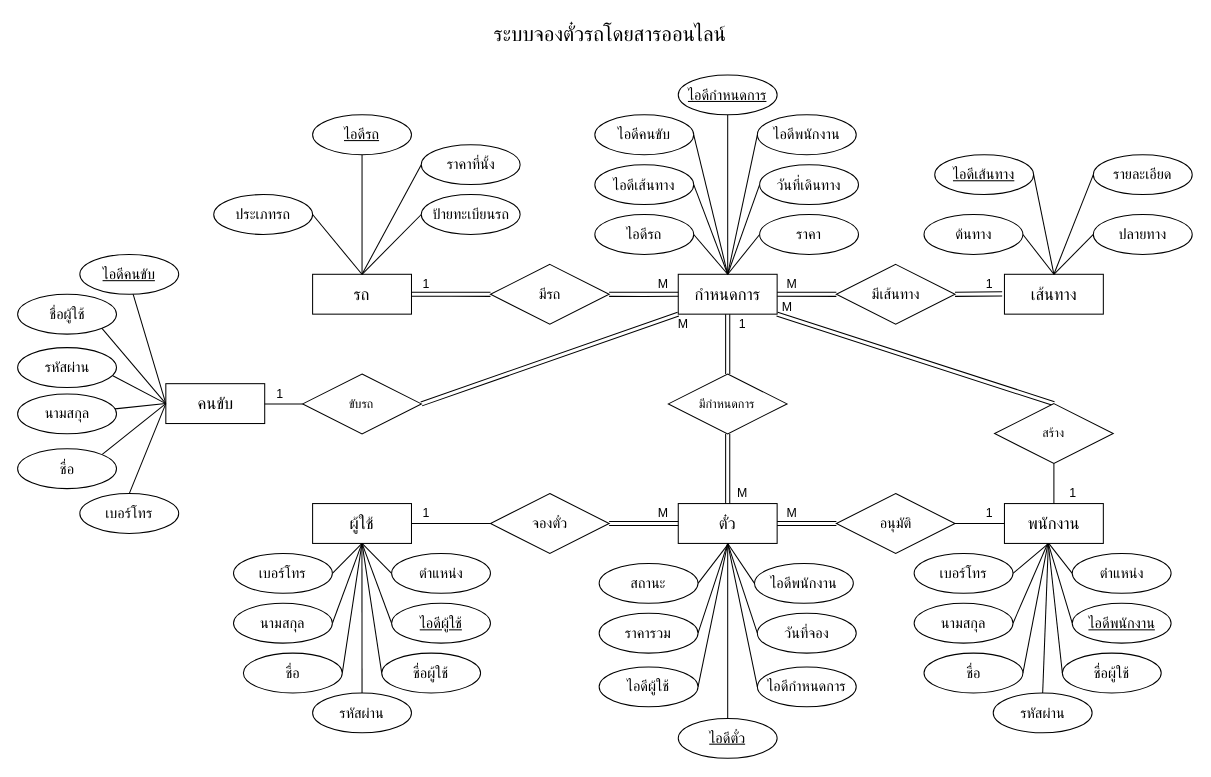
This is Database.drawio from NopXx/bus_ticket, a draw.io file, before an edit. Source tidied: cells renumbered, new cells numbered last; positions are measured from the earlier drawing's top-left corner, leaving out a move shared by most shapes. Both pictures are drawn from the tidied source at 103%, with x=0, y=0 at pixel (18, 18).
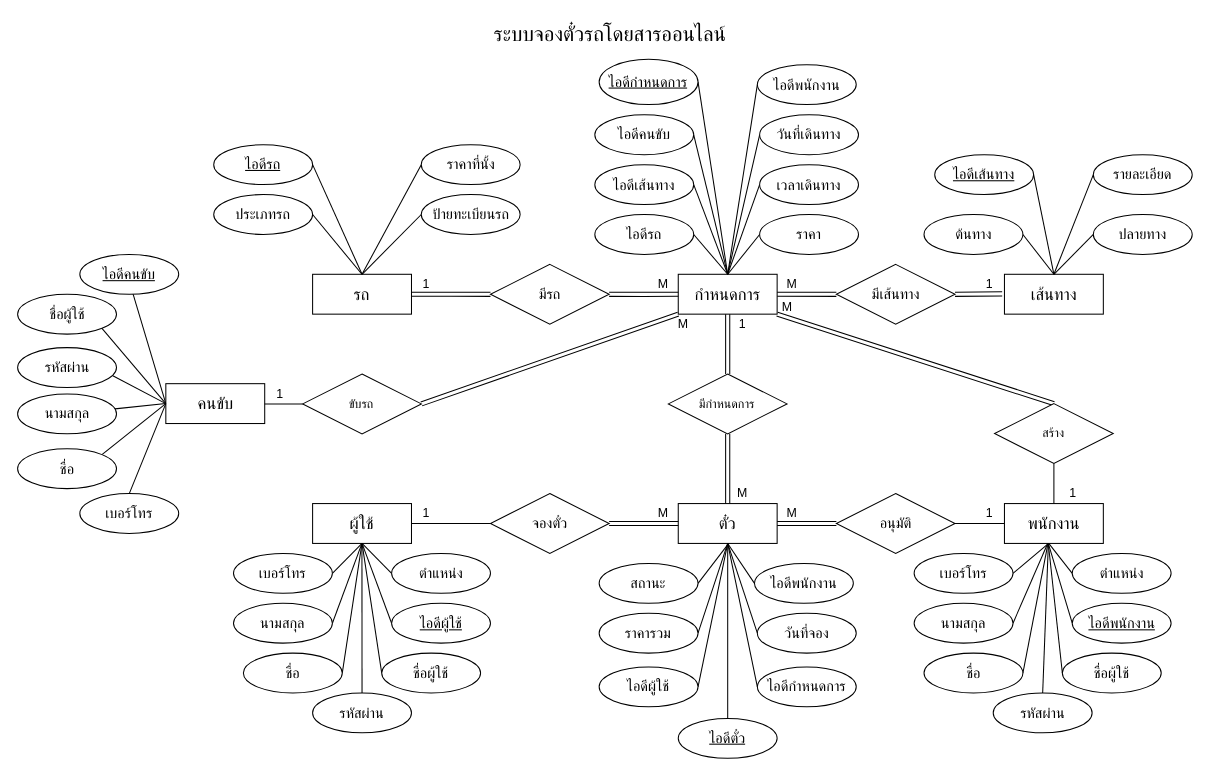
The same diagram, later.

Unchanged cells that the change refers to:
```xml
<mxCell id="19" value="รถ" style="whiteSpace=wrap;html=1;align=center;fontSize=16;" parent="1" vertex="1">
  <mxGeometry x="286" y="248.8" width="96" height="38.7" as="geometry" />
</mxCell>
<mxCell id="32" value="กำหนดการ" style="whiteSpace=wrap;html=1;align=center;fontSize=16;" parent="1" vertex="1">
  <mxGeometry x="641" y="248.8" width="96" height="38.7" as="geometry" />
</mxCell>
```

Change to the diagram source:
```diff
@@
-    <mxCell id="20" style="edgeStyle=orthogonalEdgeStyle;rounded=0;jettySize=auto;html=1;exitX=0.5;exitY=1;exitDx=0;exitDy=0;entryX=0.5;entryY=0;entryDx=0;entryDy=0;verticalAlign=bottom;endArrow=none;endFill=0;" parent="1" edge="1" source="21" target="19">
+    <mxCell id="20" style="rounded=0;jettySize=auto;html=1;entryX=0.5;entryY=0;entryDx=0;entryDy=0;verticalAlign=bottom;endArrow=none;endFill=0;exitX=1;exitY=0.5;exitDx=0;exitDy=0;" parent="1" edge="1" source="21" target="19">
       <mxGeometry relative="1" as="geometry" />
     </mxCell>
     <mxCell id="21" value="ไอดีรถ" style="ellipse;whiteSpace=wrap;html=1;align=center;fontStyle=4;fontSize=14;" parent="1" vertex="1">
-      <mxGeometry x="286" y="94" width="96" height="38.7" as="geometry" />
+      <mxGeometry x="190" y="123" width="96" height="38.7" as="geometry" />
     </mxCell>
@@
-    <mxCell id="35" style="rounded=0;jettySize=auto;html=1;exitX=0.5;exitY=1;exitDx=0;exitDy=0;entryX=0.5;entryY=0;entryDx=0;entryDy=0;endArrow=none;endFill=0;" parent="1" edge="1" source="36" target="32">
+    <mxCell id="35" style="rounded=0;jettySize=auto;html=1;exitX=1;exitY=0.5;exitDx=0;exitDy=0;entryX=0.5;entryY=0;entryDx=0;entryDy=0;endArrow=none;endFill=0;" parent="1" edge="1" source="36" target="32">
       <mxGeometry relative="1" as="geometry" />
     </mxCell>
     <mxCell id="36" value="ไอดีกำหนดการ" style="ellipse;whiteSpace=wrap;html=1;align=center;fontStyle=4;fontSize=14;" parent="1" vertex="1">
-      <mxGeometry x="641" y="55.3" width="96" height="38.7" as="geometry" />
+      <mxGeometry x="564.2" y="40" width="96" height="44" as="geometry" />
     </mxCell>
@@
-    <mxCell id="38" value="วันที่เดินทาง" style="ellipse;whiteSpace=wrap;html=1;align=center;fontSize=14;" parent="1" vertex="1">
+    <mxCell id="38" value="เวลาเดินทาง" style="ellipse;whiteSpace=wrap;html=1;align=center;fontSize=14;" parent="1" vertex="1">
       <mxGeometry x="720" y="142.4" width="96" height="38.7" as="geometry" />
     </mxCell>
@@
     <mxCell id="125" value="ไอดีพนักงาน" style="ellipse;whiteSpace=wrap;html=1;align=center;fontStyle=0;fontSize=14;labelPosition=center;verticalLabelPosition=middle;verticalAlign=middle;" parent="1" vertex="1">
-      <mxGeometry x="717.8" y="94" width="96" height="38.7" as="geometry" />
+      <mxGeometry x="717.8" y="45.3" width="96" height="38.7" as="geometry" />
     </mxCell>
@@
+    <mxCell id="129" style="rounded=0;jettySize=auto;html=1;fontSize=12;startSize=8;endSize=8;endArrow=none;endFill=0;exitX=0;exitY=0.5;exitDx=0;exitDy=0;entryX=0.5;entryY=0;entryDx=0;entryDy=0;" parent="1" edge="1" source="130" target="32">
+      <mxGeometry relative="1" as="geometry" />
+    </mxCell>
+    <mxCell id="130" value="วันที่เดินทาง" style="ellipse;whiteSpace=wrap;html=1;align=center;fontSize=14;" parent="1" vertex="1">
+      <mxGeometry x="720" y="94" width="96" height="38.7" as="geometry" />
+    </mxCell>
```
